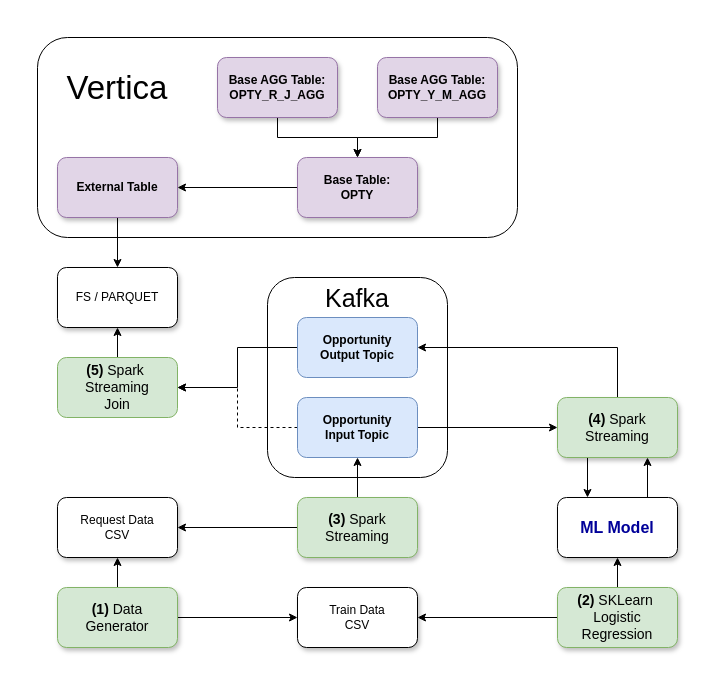
Above: drawio/AndreevDS-DE-Diploma_result_v1.drawio in adm-8/andreev-ds-de-diploma (draw.io), before the change. Source tidied: cells renumbered, new cells numbered last; positions are measured from the earlier drawing's top-left corner, leaving out a move shared by most shapes. Both pictures are drawn from the tidied source at 100%, with x=0, y=0 at pixel (17, 17).
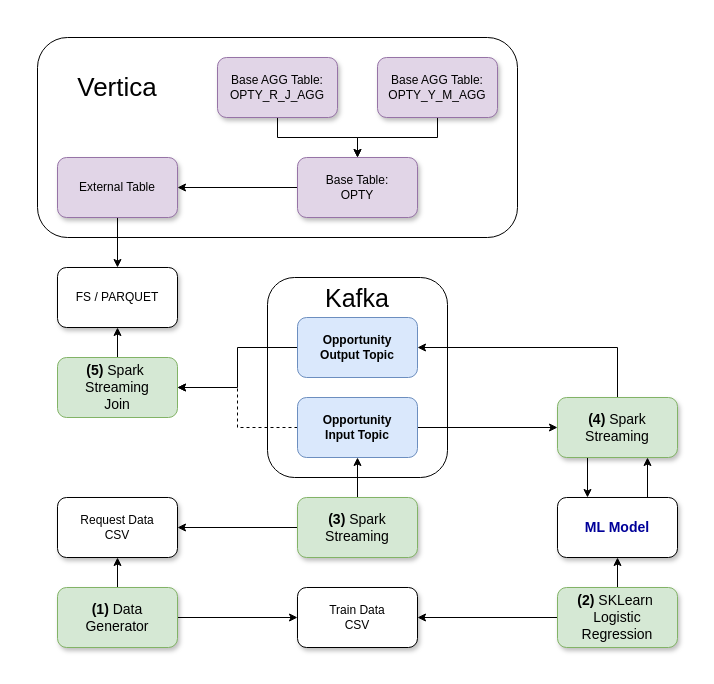
Above is the later version.

Commit message (it also covers changes not shown here):
result daigram done

What changed in the source:
```diff
@@
-    <mxCell id="13" value="ML Model" style="rounded=1;whiteSpace=wrap;html=1;shadow=1;fontStyle=1;fontSize=16;fontColor=#000099;" parent="1" vertex="1">
+    <mxCell id="13" value="ML Model" style="rounded=1;whiteSpace=wrap;html=1;shadow=1;fontStyle=1;fontSize=14;fontColor=#000099;" parent="1" vertex="1">
       <mxGeometry x="540" y="480" width="120" height="60" as="geometry" />
     </mxCell>
@@
-    <mxCell id="22" value="External Table" style="rounded=1;whiteSpace=wrap;html=1;fontStyle=1;fontSize=12;fillColor=#e1d5e7;strokeColor=#9673a6;shadow=1;" parent="1" vertex="1">
+    <mxCell id="22" value="External Table" style="rounded=1;whiteSpace=wrap;html=1;fontStyle=0;fontSize=12;fillColor=#e1d5e7;strokeColor=#9673a6;shadow=1;" parent="1" vertex="1">
       <mxGeometry x="40" y="140" width="120" height="60" as="geometry" />
     </mxCell>
@@
-    <mxCell id="24" value="Base Table:&lt;br&gt;OPTY" style="rounded=1;whiteSpace=wrap;html=1;fontStyle=1;fontSize=12;fillColor=#e1d5e7;strokeColor=#9673a6;shadow=1;" parent="1" vertex="1">
+    <mxCell id="24" value="Base Table:&lt;br&gt;OPTY" style="rounded=1;whiteSpace=wrap;html=1;fontStyle=0;fontSize=12;fillColor=#e1d5e7;strokeColor=#9673a6;shadow=1;" parent="1" vertex="1">
       <mxGeometry x="280" y="140" width="120" height="60" as="geometry" />
     </mxCell>
@@
-    <mxCell id="34" value="Base AGG Table:&lt;br&gt;OPTY_R_J_AGG" style="rounded=1;whiteSpace=wrap;html=1;fontStyle=1;fontSize=12;fillColor=#e1d5e7;strokeColor=#9673a6;shadow=1;glass=0;" parent="1" vertex="1">
+    <mxCell id="34" value="Base AGG Table:&lt;br&gt;OPTY_R_J_AGG" style="rounded=1;whiteSpace=wrap;html=1;fontStyle=0;fontSize=12;fillColor=#e1d5e7;strokeColor=#9673a6;shadow=1;glass=0;" parent="1" vertex="1">
       <mxGeometry x="200" y="40" width="120" height="60" as="geometry" />
     </mxCell>
@@
-    <mxCell id="36" value="Base AGG Table:&lt;br&gt;OPTY_Y_M_AGG" style="rounded=1;whiteSpace=wrap;html=1;fontStyle=1;fontSize=12;fillColor=#e1d5e7;strokeColor=#9673a6;shadow=1;" parent="1" vertex="1">
+    <mxCell id="36" value="Base AGG Table:&lt;br&gt;OPTY_Y_M_AGG" style="rounded=1;whiteSpace=wrap;html=1;fontStyle=0;fontSize=12;fillColor=#e1d5e7;strokeColor=#9673a6;shadow=1;" parent="1" vertex="1">
       <mxGeometry x="360" y="40" width="120" height="60" as="geometry" />
     </mxCell>
-    <mxCell id="37" value="Vertica" style="text;html=1;strokeColor=none;fillColor=none;align=center;verticalAlign=middle;whiteSpace=wrap;rounded=0;shadow=0;glass=0;fontSize=33;" parent="1" vertex="1">
+    <mxCell id="37" value="Vertica" style="text;html=1;strokeColor=none;fillColor=none;align=center;verticalAlign=middle;whiteSpace=wrap;rounded=0;shadow=0;glass=0;fontSize=26;" parent="1" vertex="1">
       <mxGeometry x="80" y="60" width="40" height="20" as="geometry" />
     </mxCell>
```
